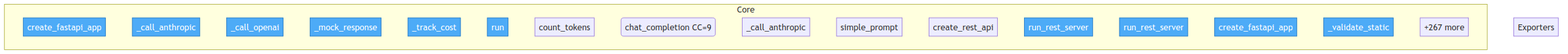
Earlier version of the Mermaid export project/flow.png (semcod/algitex). Its source is kept beside it as project/flow.mmd. The source it was exported from:
```mermaid
flowchart TD

    classDef entry fill:#4dabf7,stroke:#1971c2,color:#fff

    subgraph Core
        docker__proxym__proxym_server__ProxymServer__create_fastapi_app["create_fastapi_app"]
        docker__proxym__proxym_server__ProxymServer___call_anthropic["_call_anthropic"]
        docker__proxym__proxym_server__ProxymServer___call_openai["_call_openai"]
        docker__proxym__proxym_server__ProxymServer___mock_response["_mock_response"]
        docker__proxym__proxym_server__ProxymServer___track_cost["_track_cost"]
        docker__proxym__proxym_server__ProxymServer__run["run"]
        docker__proxym__proxym_mcp_server__count_tokens["count_tokens"]
        docker__proxym__proxym_mcp_server__chat_completion("chat_completion CC=9")
        docker__proxym__proxym_mcp_server___call_anthropic["_call_anthropic"]
        docker__proxym__proxym_mcp_server__simple_prompt["simple_prompt"]
        docker__proxym__proxym_mcp_server__create_rest_api["create_rest_api"]
        docker__proxym__proxym_mcp_server__run_rest_server["run_rest_server"]
        docker__vallm__vallm_mcp_server__run_rest_server["run_rest_server"]
        docker__vallm__vallm_server__VallmServer__create_fastapi_app["create_fastapi_app"]
        docker__vallm__vallm_server__VallmServer___validate_static["_validate_static"]
        ...["+267 more"]
    end

    subgraph Exporters
    end

    class docker__proxym__proxym_server__ProxymServer__create_fastapi_app,docker__proxym__proxym_server__ProxymServer___call_anthropic,docker__proxym__proxym_server__ProxymServer___call_openai,docker__proxym__proxym_server__ProxymServer___mock_response,docker__proxym__proxym_server__ProxymServer___track_cost,docker__proxym__proxym_server__ProxymServer__run,docker__proxym__proxym_mcp_server__run_rest_server,docker__vallm__vallm_mcp_server__run_rest_server,docker__vallm__vallm_server__VallmServer__create_fastapi_app,docker__vallm__vallm_server__VallmServer___validate_static entry
```
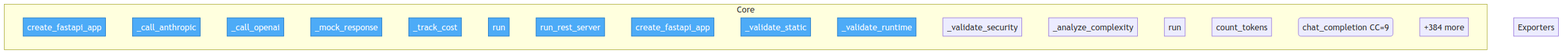
The same diagram one commit later.

Diff of the diagram source:
```diff
@@ -9,19 +9,19 @@
         docker__proxym__proxym_server__ProxymServer___mock_response["_mock_response"]
         docker__proxym__proxym_server__ProxymServer___track_cost["_track_cost"]
         docker__proxym__proxym_server__ProxymServer__run["run"]
-        docker__proxym__proxym_mcp_server__count_tokens["count_tokens"]
-        docker__proxym__proxym_mcp_server__chat_completion("chat_completion CC=9")
-        docker__proxym__proxym_mcp_server___call_anthropic["_call_anthropic"]
-        docker__proxym__proxym_mcp_server__simple_prompt["simple_prompt"]
-        docker__proxym__proxym_mcp_server__create_rest_api["create_rest_api"]
-        docker__proxym__proxym_mcp_server__run_rest_server["run_rest_server"]
         docker__vallm__vallm_mcp_server__run_rest_server["run_rest_server"]
         docker__vallm__vallm_server__VallmServer__create_fastapi_app["create_fastapi_app"]
         docker__vallm__vallm_server__VallmServer___validate_static["_validate_static"]
-        ...["+267 more"]
+        docker__vallm__vallm_server__VallmServer___validate_runtime["_validate_runtime"]
+        docker__vallm__vallm_server__VallmServer___validate_security["_validate_security"]
+        docker__vallm__vallm_server__VallmServer___analyze_complexity["_analyze_complexity"]
+        docker__vallm__vallm_server__VallmServer__run["run"]
+        docker__proxym__proxym_mcp_server__count_tokens["count_tokens"]
+        docker__proxym__proxym_mcp_server__chat_completion("chat_completion CC=9")
+        ...["+384 more"]
     end
 
     subgraph Exporters
     end
 
-    class docker__proxym__proxym_server__ProxymServer__create_fastapi_app,docker__proxym__proxym_server__ProxymServer___call_anthropic,docker__proxym__proxym_server__ProxymServer___call_openai,docker__proxym__proxym_server__ProxymServer___mock_response,docker__proxym__proxym_server__ProxymServer___track_cost,docker__proxym__proxym_server__ProxymServer__run,docker__proxym__proxym_mcp_server__run_rest_server,docker__vallm__vallm_mcp_server__run_rest_server,docker__vallm__vallm_server__VallmServer__create_fastapi_app,docker__vallm__vallm_server__VallmServer___validate_static entry
+    class docker__proxym__proxym_server__ProxymServer__create_fastapi_app,docker__proxym__proxym_server__ProxymServer___call_anthropic,docker__proxym__proxym_server__ProxymServer___call_openai,docker__proxym__proxym_server__ProxymServer___mock_response,docker__proxym__proxym_server__ProxymServer___track_cost,docker__proxym__proxym_server__ProxymServer__run,docker__vallm__vallm_mcp_server__run_rest_server,docker__vallm__vallm_server__VallmServer__create_fastapi_app,docker__vallm__vallm_server__VallmServer___validate_static,docker__vallm__vallm_server__VallmServer___validate_runtime entry
```
